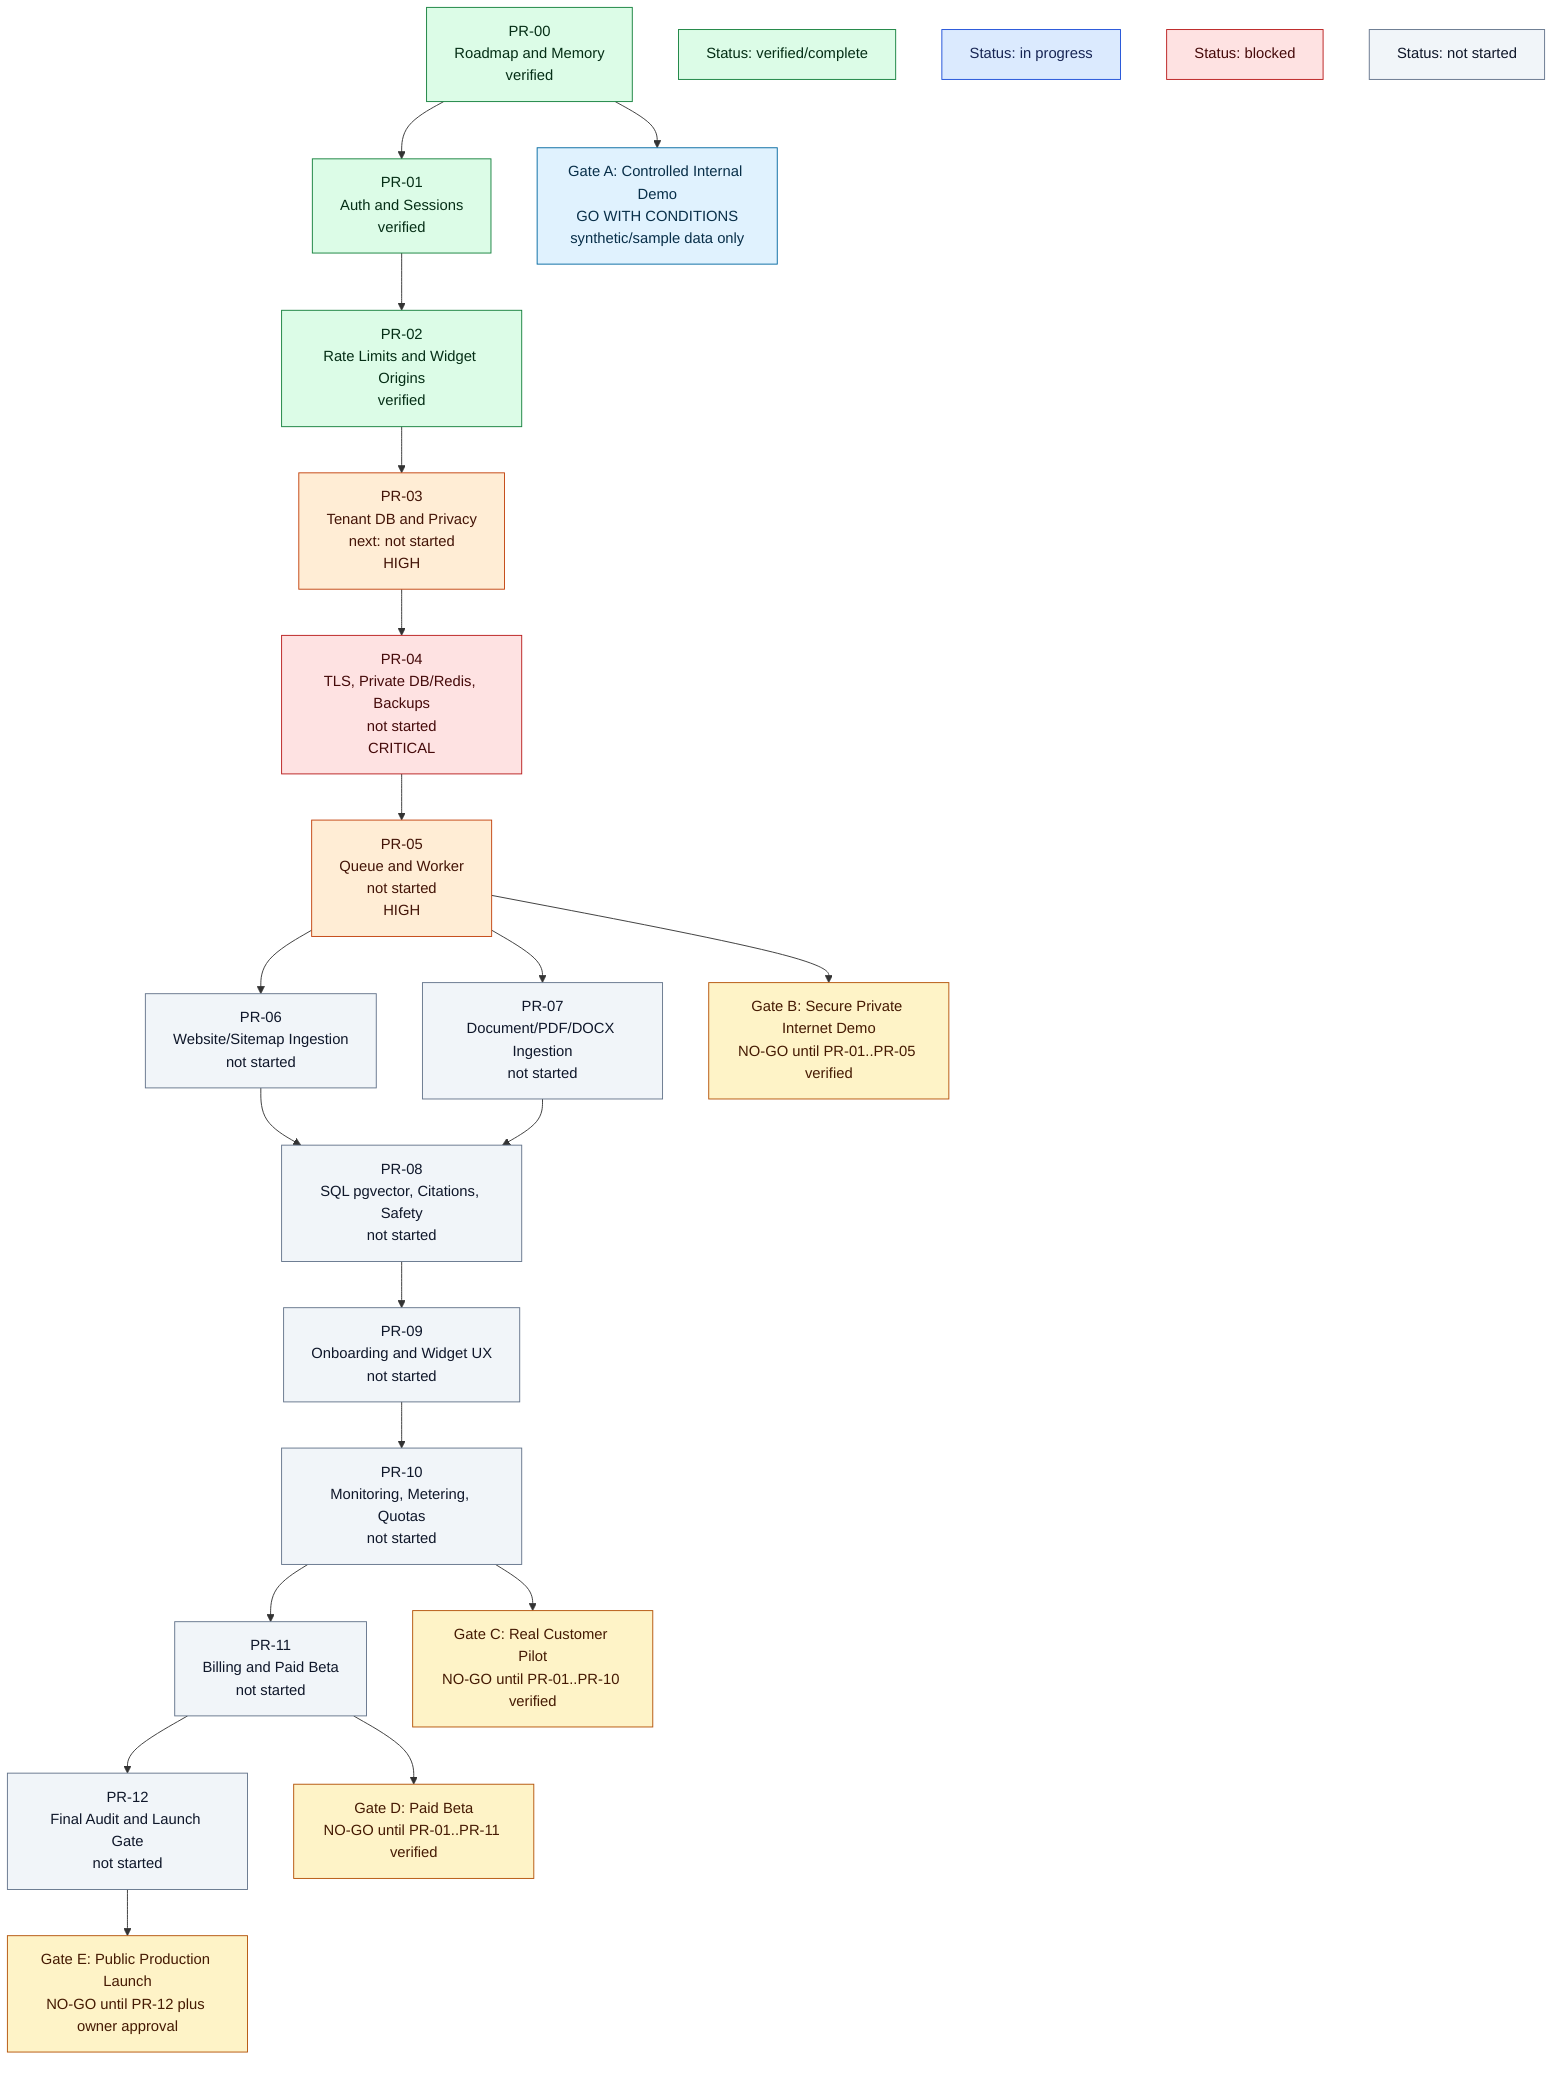
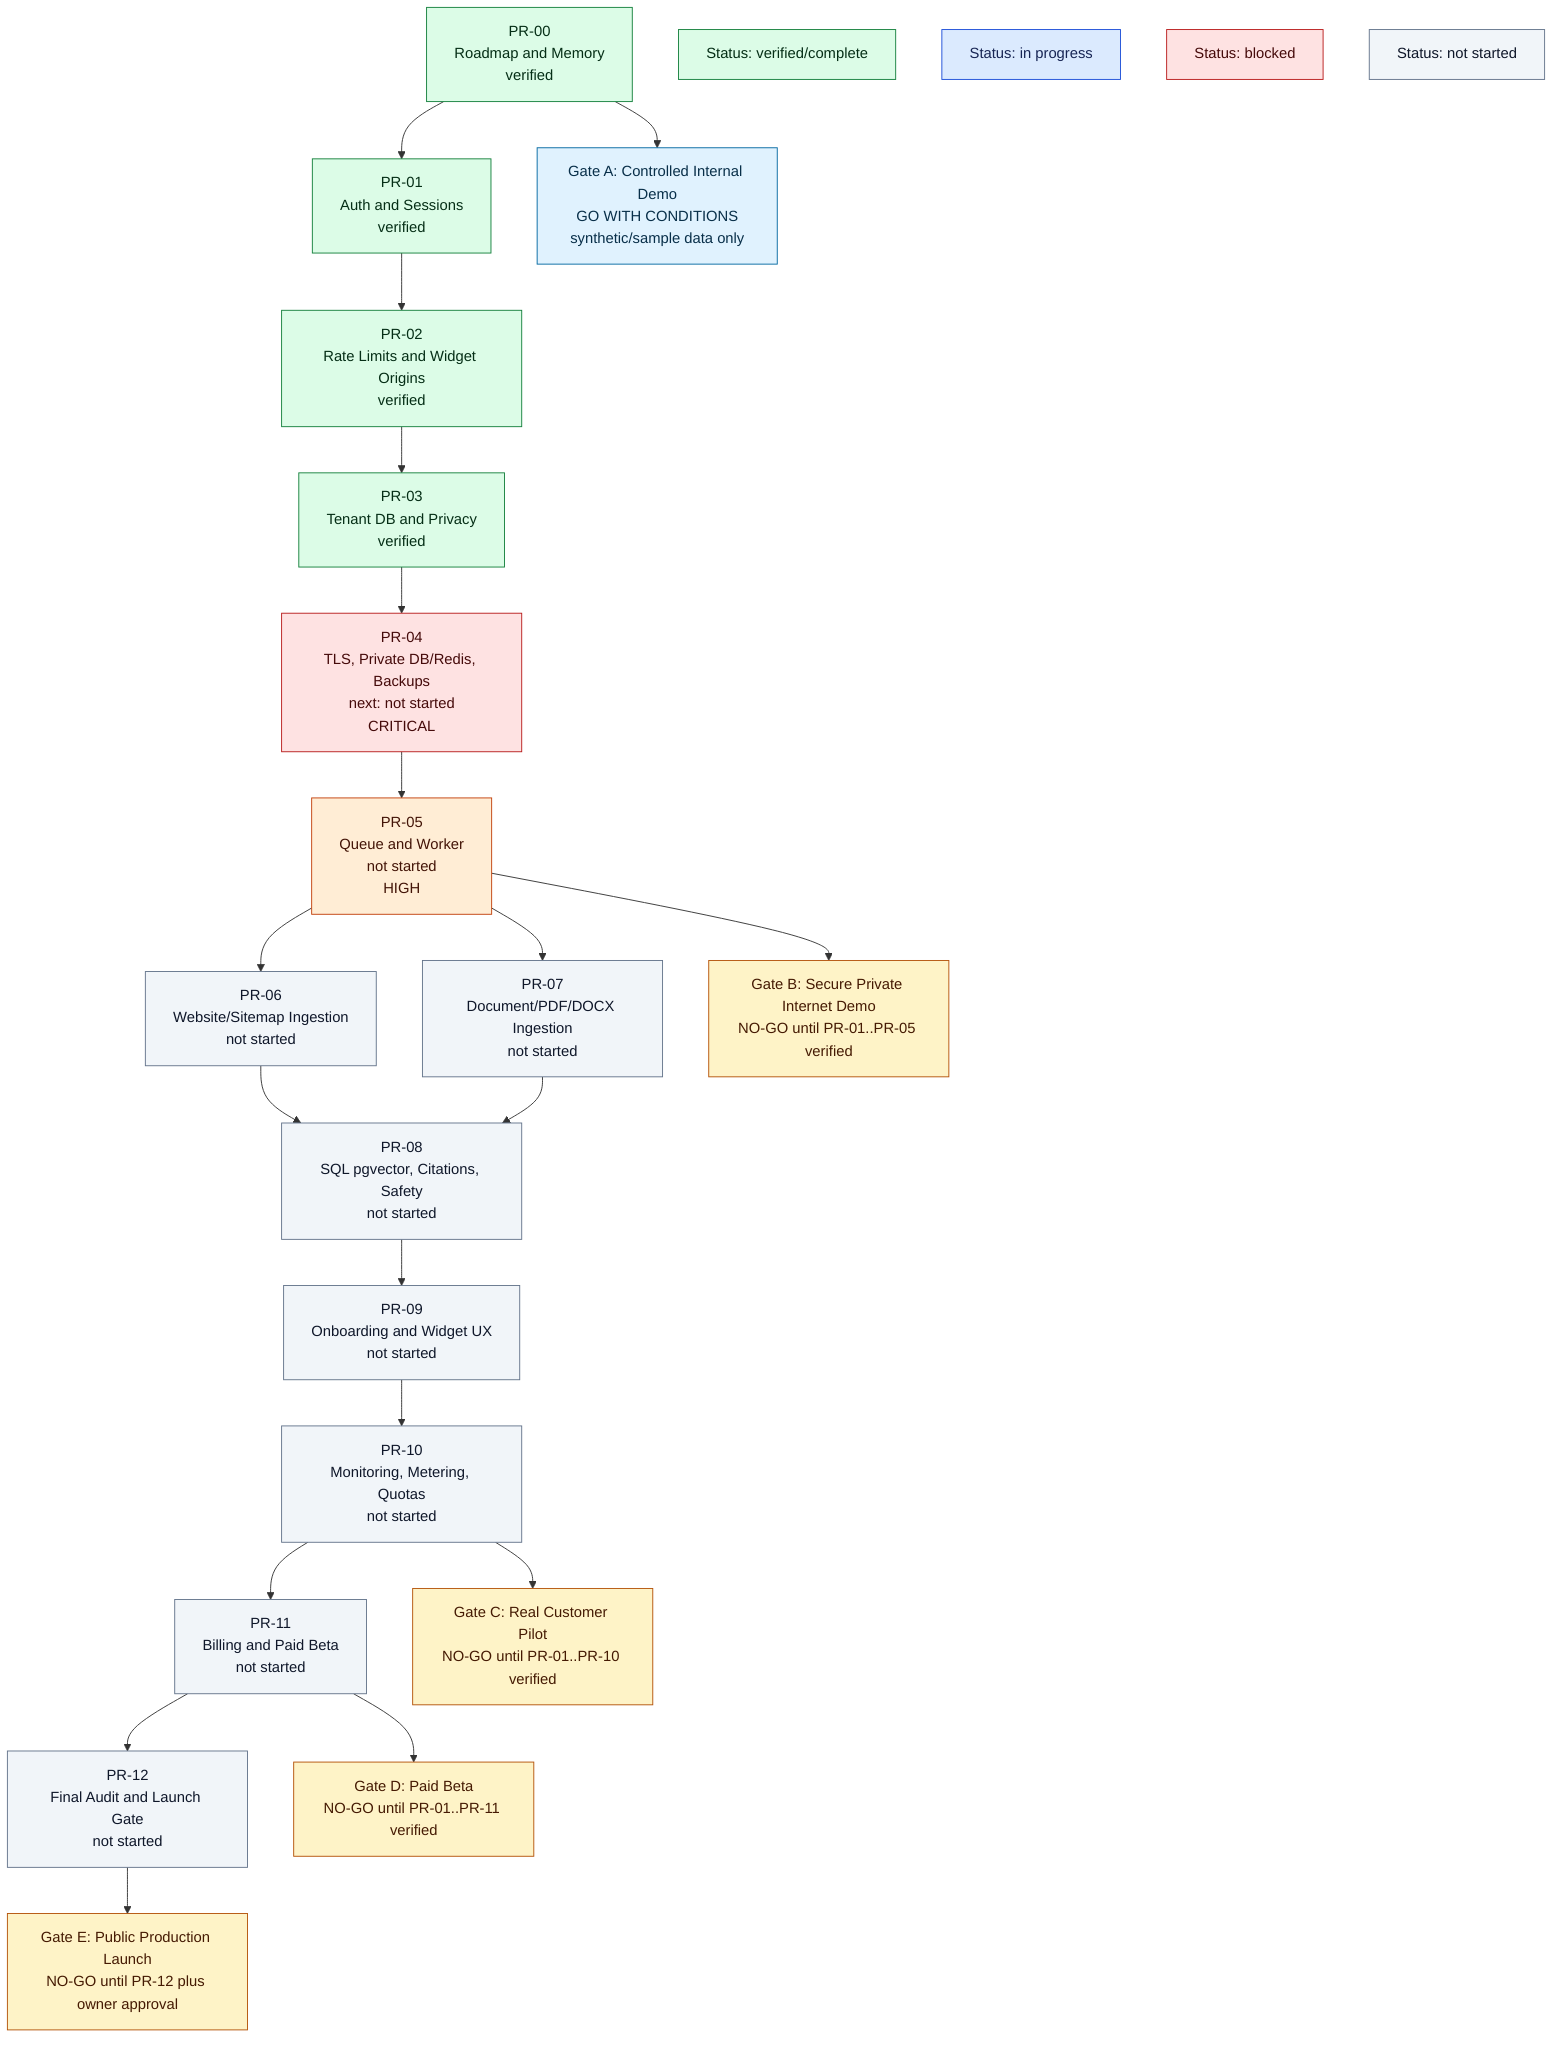
flowchart TB
    PR00["PR-00<br/>Roadmap and Memory<br/>verified"]
    PR01["PR-01<br/>Auth and Sessions<br/>verified"]
    PR02["PR-02<br/>Rate Limits and Widget Origins<br/>verified"]
-     PR03["PR-03<br/>Tenant DB and Privacy<br/>next: not started<br/>HIGH"]
-     PR04["PR-04<br/>TLS, Private DB/Redis, Backups<br/>not started<br/>CRITICAL"]
+     PR03["PR-03<br/>Tenant DB and Privacy<br/>verified"]
+     PR04["PR-04<br/>TLS, Private DB/Redis, Backups<br/>next: not started<br/>CRITICAL"]
    PR05["PR-05<br/>Queue and Worker<br/>not started<br/>HIGH"]
    PR06["PR-06<br/>Website/Sitemap Ingestion<br/>not started"]
    PR07["PR-07<br/>Document/PDF/DOCX Ingestion<br/>not started"]
    PR08["PR-08<br/>SQL pgvector, Citations, Safety<br/>not started"]
    PR09["PR-09<br/>Onboarding and Widget UX<br/>not started"]
    PR10["PR-10<br/>Monitoring, Metering, Quotas<br/>not started"]
    PR11["PR-11<br/>Billing and Paid Beta<br/>not started"]
    PR12["PR-12<br/>Final Audit and Launch Gate<br/>not started"]

    GateA["Gate A: Controlled Internal Demo<br/>GO WITH CONDITIONS<br/>synthetic/sample data only"]
    GateB["Gate B: Secure Private Internet Demo<br/>NO-GO until PR-01..PR-05 verified"]
    GateC["Gate C: Real Customer Pilot<br/>NO-GO until PR-01..PR-10 verified"]
    GateD["Gate D: Paid Beta<br/>NO-GO until PR-01..PR-11 verified"]
    GateE["Gate E: Public Production Launch<br/>NO-GO until PR-12 plus owner approval"]
    LegendVerified["Status: verified/complete"]
    LegendProgress["Status: in progress"]
    LegendBlocked["Status: blocked"]
    LegendPending["Status: not started"]

    PR00 --> PR01 --> PR02 --> PR03 --> PR04 --> PR05
    PR05 --> PR06
    PR05 --> PR07
    PR06 --> PR08
    PR07 --> PR08
    PR08 --> PR09 --> PR10 --> PR11 --> PR12
    PR00 --> GateA
    PR05 --> GateB
    PR10 --> GateC
    PR11 --> GateD
    PR12 --> GateE

    classDef verified fill:#dcfce7,stroke:#15803d,color:#052e16
    classDef inProgress fill:#dbeafe,stroke:#1d4ed8,color:#172554
    classDef blocked fill:#fee2e2,stroke:#b91c1c,color:#450a0a
    classDef critical fill:#fee2e2,stroke:#b91c1c,color:#450a0a
    classDef high fill:#ffedd5,stroke:#c2410c,color:#431407
    classDef pending fill:#f1f5f9,stroke:#64748b,color:#0f172a
    classDef gateOk fill:#e0f2fe,stroke:#0369a1,color:#082f49
    classDef gateNo fill:#fef3c7,stroke:#b45309,color:#451a03

-     class PR00,PR01,PR02 verified
+     class PR00,PR01,PR02,PR03 verified
    class PR04 critical
-     class PR03,PR05 high
+     class PR05 high
    class PR06,PR07,PR08,PR09,PR10,PR11,PR12 pending
    class GateA gateOk
    class GateB,GateC,GateD,GateE gateNo
    class LegendVerified verified
    class LegendProgress inProgress
    class LegendBlocked blocked
    class LegendPending pending
